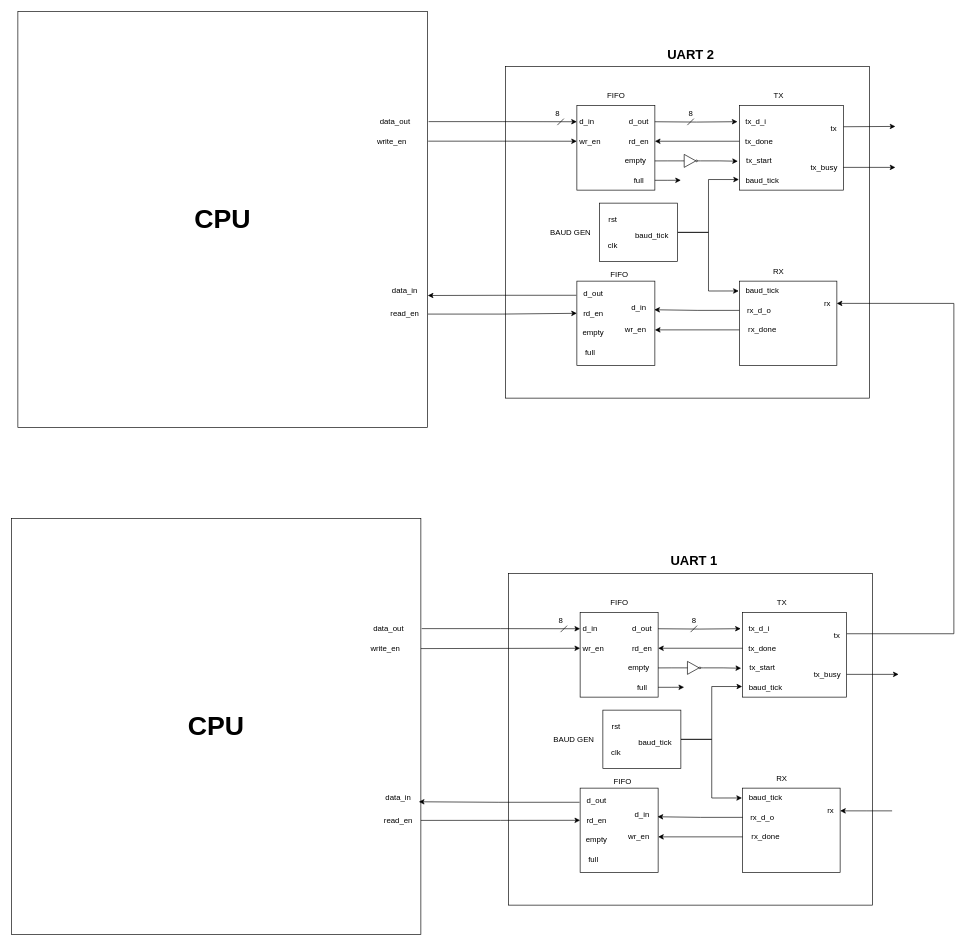
Earlier version of the draw.io diagram page "Hệ thống" (1 of 3) of UART_TX/spec.drawio (ChiThang12/TrainingCTW_UART). Source tidied: cells renumbered, new cells numbered last; positions are measured from the earlier drawing's top-left corner, leaving out a move shared by most shapes. Both pictures are drawn from the tidied source at 65%, with x=0, y=0 at pixel (11, 11).
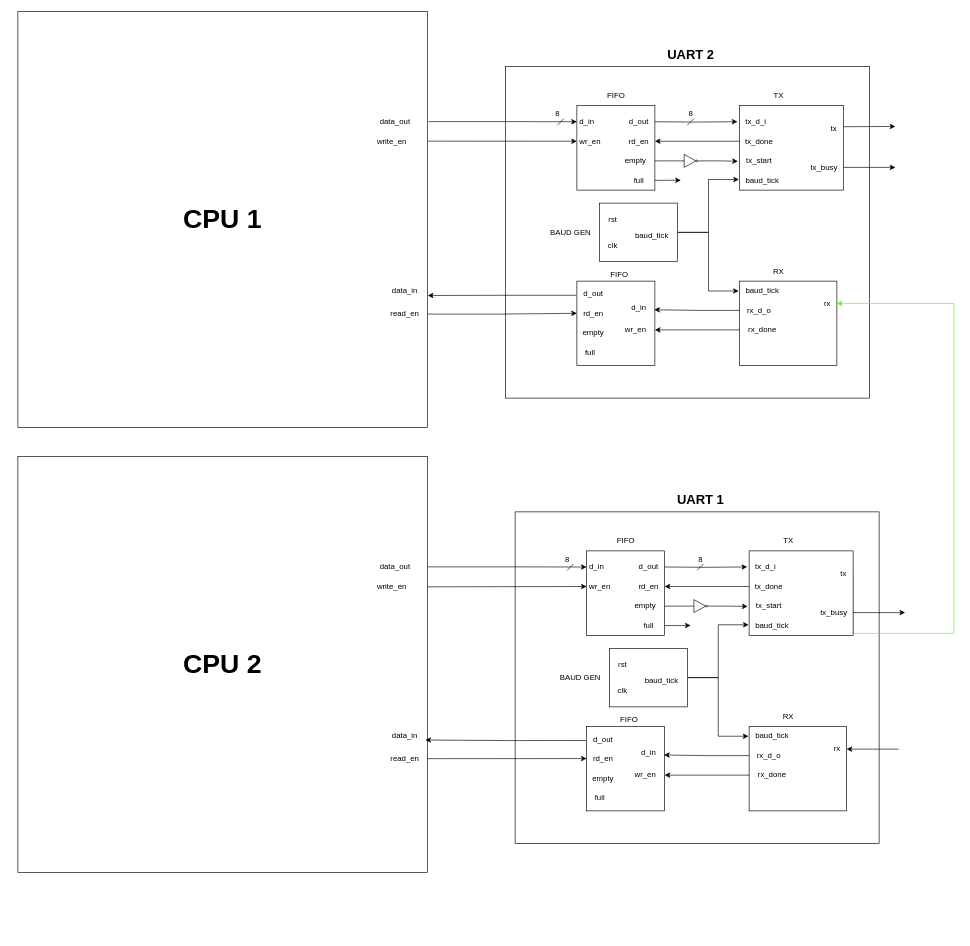
After the change.

Unchanged cells that the change refers to:
```xml
<mxCell id="18" value="rx" style="text;html=1;align=center;verticalAlign=middle;points=[];strokeColor=none;fillColor=none;" parent="1" vertex="1">
  <mxGeometry x="1240" y="435" width="30" height="30" as="geometry" />
</mxCell>
```

Diff of the diagram source:
```diff
@@
-    <mxCell id="2" value="&lt;font style=&quot;font-size: 41px;&quot;&gt;&lt;b&gt;CPU&lt;/b&gt;&lt;/font&gt;" style="rounded=0;whiteSpace=wrap;html=1;" parent="1" vertex="1">
-      <mxGeometry y="780" width="630" height="640" as="geometry" />
+    <mxCell id="2" value="&lt;font style=&quot;font-size: 41px;&quot;&gt;&lt;b&gt;CPU 2&lt;/b&gt;&lt;/font&gt;" style="rounded=0;whiteSpace=wrap;html=1;" parent="1" vertex="1">
+      <mxGeometry x="10" y="685" width="630" height="640" as="geometry" />
     </mxCell>
@@
     <mxCell id="60" style="rounded=0;whiteSpace=wrap;html=1;" parent="1" vertex="1">
-      <mxGeometry x="765" y="865" width="560" height="510" as="geometry" />
+      <mxGeometry x="775" y="770" width="560" height="510" as="geometry" />
     </mxCell>
@@
     <mxCell id="63" style="rounded=0;whiteSpace=wrap;html=1;" parent="1" vertex="1">
-      <mxGeometry x="910" y="1075" width="120" height="90" as="geometry" />
+      <mxGeometry x="920" y="980" width="120" height="90" as="geometry" />
     </mxCell>
-    <mxCell id="64" style="edgeStyle=orthogonalEdgeStyle;rounded=0;jettySize=auto;html=1;exitX=1;exitY=0.25;exitDx=0;exitDy=0;entryX=0.992;entryY=0.475;entryDx=0;entryDy=0;entryPerimeter=0;" parent="1" edge="1" source="65" target="18">
+    <mxCell id="64" style="edgeStyle=orthogonalEdgeStyle;rounded=0;jettySize=auto;html=1;exitX=1;exitY=0.25;exitDx=0;exitDy=0;entryX=0.992;entryY=0.475;entryDx=0;entryDy=0;entryPerimeter=0;fillColor=#d5e8d4;strokeColor=light-dark(#5eff00, #446e2c);" parent="1" edge="1" source="65" target="18">
       <mxGeometry relative="1" as="geometry">
         <Array as="points">
           <mxPoint x="1450" y="957" />
           <mxPoint x="1450" y="449" />
         </Array>
       </mxGeometry>
     </mxCell>
     <mxCell id="65" style="rounded=0;whiteSpace=wrap;html=1;" parent="1" vertex="1">
-      <mxGeometry x="1125" y="925" width="160" height="130" as="geometry" />
+      <mxGeometry x="1135" y="830" width="160" height="130" as="geometry" />
     </mxCell>
     <mxCell id="66" style="rounded=0;whiteSpace=wrap;html=1;" parent="1" vertex="1">
-      <mxGeometry x="1125" y="1195" width="150" height="130" as="geometry" />
+      <mxGeometry x="1135" y="1100" width="150" height="130" as="geometry" />
     </mxCell>
     <mxCell id="67" style="rounded=0;whiteSpace=wrap;html=1;" parent="1" vertex="1">
-      <mxGeometry x="875" y="925" width="120" height="130" as="geometry" />
+      <mxGeometry x="885" y="830" width="120" height="130" as="geometry" />
     </mxCell>
     <mxCell id="68" value="clk" style="text;html=1;align=center;verticalAlign=middle;strokeColor=none;fillColor=none;" parent="1" vertex="1">
-      <mxGeometry x="910" y="1125" width="40" height="30" as="geometry" />
+      <mxGeometry x="920" y="1030" width="40" height="30" as="geometry" />
     </mxCell>
     <mxCell id="69" value="rst" style="text;html=1;align=center;verticalAlign=middle;strokeColor=none;fillColor=none;" parent="1" vertex="1">
-      <mxGeometry x="910" y="1085" width="40" height="30" as="geometry" />
+      <mxGeometry x="920" y="990" width="40" height="30" as="geometry" />
     </mxCell>
     <mxCell id="70" value="baud_tick" style="text;html=1;align=center;verticalAlign=middle;strokeColor=none;fillColor=none;" parent="1" vertex="1">
-      <mxGeometry x="955" y="1110" width="70" height="30" as="geometry" />
+      <mxGeometry x="965" y="1015" width="70" height="30" as="geometry" />
     </mxCell>
     <mxCell id="71" value="baud_tick" style="text;html=1;align=center;verticalAlign=middle;points=[];strokeColor=none;fillColor=none;" parent="1" vertex="1">
-      <mxGeometry x="1125" y="1025" width="70" height="30" as="geometry" />
+      <mxGeometry x="1135" y="930" width="70" height="30" as="geometry" />
     </mxCell>
     <mxCell id="72" value="TX" style="text;html=1;align=center;verticalAlign=middle;strokeColor=none;fillColor=none;" parent="1" vertex="1">
-      <mxGeometry x="1165" y="895" width="40" height="30" as="geometry" />
+      <mxGeometry x="1175" y="800" width="40" height="30" as="geometry" />
     </mxCell>
     <mxCell id="73" value="baud_tick" style="text;html=1;align=center;verticalAlign=middle;points=[];strokeColor=none;fillColor=none;" parent="1" vertex="1">
-      <mxGeometry x="1125" y="1195" width="70" height="30" as="geometry" />
+      <mxGeometry x="1135" y="1100" width="70" height="30" as="geometry" />
     </mxCell>
     <mxCell id="74" value="RX" style="text;html=1;align=center;verticalAlign=middle;strokeColor=none;fillColor=none;" parent="1" vertex="1">
-      <mxGeometry x="1165" y="1165" width="40" height="30" as="geometry" />
+      <mxGeometry x="1175" y="1070" width="40" height="30" as="geometry" />
     </mxCell>
     <mxCell id="75" style="edgeStyle=orthogonalEdgeStyle;rounded=0;jettySize=auto;html=1;startArrow=classic;startFill=1;endArrow=none;endFill=0;" parent="1" edge="1" source="76">
       <mxGeometry relative="1" as="geometry">
-        <mxPoint x="1355" y="1230" as="targetPoint" />
+        <mxPoint x="1365" y="1135" as="targetPoint" />
       </mxGeometry>
     </mxCell>
     <mxCell id="76" value="rx" style="text;html=1;align=center;verticalAlign=middle;points=[];strokeColor=none;fillColor=none;" parent="1" vertex="1">
-      <mxGeometry x="1245" y="1215" width="30" height="30" as="geometry" />
+      <mxGeometry x="1255" y="1120" width="30" height="30" as="geometry" />
     </mxCell>
     <mxCell id="77" style="edgeStyle=orthogonalEdgeStyle;rounded=0;jettySize=auto;html=1;entryX=0;entryY=0.75;entryDx=0;entryDy=0;exitX=1.002;exitY=0.265;exitDx=0;exitDy=0;exitPerimeter=0;" parent="1" edge="1" source="2">
       <mxGeometry relative="1" as="geometry">
-        <mxPoint x="875" y="949.8" as="targetPoint" />
+        <mxPoint x="885" y="854.8" as="targetPoint" />
       </mxGeometry>
     </mxCell>
     <mxCell id="78" style="edgeStyle=orthogonalEdgeStyle;rounded=0;jettySize=auto;html=1;entryX=0;entryY=0.75;entryDx=0;entryDy=0;exitX=1;exitY=0.313;exitDx=0;exitDy=0;exitPerimeter=0;" parent="1" edge="1" source="2">
       <mxGeometry relative="1" as="geometry">
-        <mxPoint x="875" y="979.8" as="targetPoint" />
+        <mxPoint x="885" y="884.8" as="targetPoint" />
       </mxGeometry>
     </mxCell>
     <mxCell id="79" style="edgeStyle=orthogonalEdgeStyle;rounded=0;orthogonalLoop=1;jettySize=auto;html=1;entryX=-0.018;entryY=0.153;entryDx=0;entryDy=0;entryPerimeter=0;" parent="1" edge="1">
       <mxGeometry relative="1" as="geometry">
-        <mxPoint x="995" y="949.8" as="sourcePoint" />
-        <mxPoint x="1122.1" y="949.7" as="targetPoint" />
+        <mxPoint x="1005" y="854.8" as="sourcePoint" />
+        <mxPoint x="1132.1" y="854.7" as="targetPoint" />
       </mxGeometry>
     </mxCell>
     <mxCell id="80" value="d_in" style="text;html=1;align=center;verticalAlign=middle;strokeColor=none;fillColor=none;" parent="1" vertex="1">
-      <mxGeometry x="865" y="935" width="50" height="30" as="geometry" />
+      <mxGeometry x="875" y="840" width="50" height="30" as="geometry" />
     </mxCell>
     <mxCell id="81" value="wr_en" style="text;html=1;align=center;verticalAlign=middle;strokeColor=none;fillColor=none;" parent="1" vertex="1">
-      <mxGeometry x="865" y="965" width="60" height="30" as="geometry" />
+      <mxGeometry x="875" y="870" width="60" height="30" as="geometry" />
     </mxCell>
     <mxCell id="82" value="FIFO" style="text;html=1;align=center;verticalAlign=middle;strokeColor=none;fillColor=none;" parent="1" vertex="1">
-      <mxGeometry x="910" y="895" width="50" height="30" as="geometry" />
+      <mxGeometry x="920" y="800" width="50" height="30" as="geometry" />
     </mxCell>
     <mxCell id="83" value="d_out" style="text;html=1;align=center;verticalAlign=middle;strokeColor=none;fillColor=none;" parent="1" vertex="1">
-      <mxGeometry x="945" y="935" width="50" height="30" as="geometry" />
+      <mxGeometry x="955" y="840" width="50" height="30" as="geometry" />
     </mxCell>
     <mxCell id="84" value="full" style="text;html=1;align=center;verticalAlign=middle;strokeColor=none;fillColor=none;" parent="1" vertex="1">
-      <mxGeometry x="950" y="1025" width="40" height="30" as="geometry" />
+      <mxGeometry x="960" y="930" width="40" height="30" as="geometry" />
     </mxCell>
     <mxCell id="85" value="empty" style="text;html=1;align=center;verticalAlign=middle;points=[];strokeColor=none;fillColor=none;" parent="1" vertex="1">
-      <mxGeometry x="935" y="995" width="60" height="30" as="geometry" />
+      <mxGeometry x="945" y="900" width="60" height="30" as="geometry" />
     </mxCell>
     <mxCell id="86" style="edgeStyle=orthogonalEdgeStyle;rounded=0;orthogonalLoop=1;jettySize=auto;html=1;" parent="1" edge="1">
       <mxGeometry relative="1" as="geometry">
-        <mxPoint x="995" y="1039.9" as="sourcePoint" />
-        <mxPoint x="1035" y="1039.8" as="targetPoint" />
+        <mxPoint x="1005" y="944.9" as="sourcePoint" />
+        <mxPoint x="1045" y="944.8" as="targetPoint" />
         <Array as="points">
-          <mxPoint x="1015" y="1039.8" />
-          <mxPoint x="1015" y="1039.8" />
+          <mxPoint x="1025" y="944.8" />
+          <mxPoint x="1025" y="944.8" />
         </Array>
       </mxGeometry>
     </mxCell>
     <mxCell id="87" style="edgeStyle=orthogonalEdgeStyle;rounded=0;orthogonalLoop=1;jettySize=auto;html=1;" parent="1" edge="1">
       <mxGeometry relative="1" as="geometry">
-        <mxPoint x="1125" y="979.8" as="sourcePoint" />
-        <mxPoint x="995" y="979.8" as="targetPoint" />
+        <mxPoint x="1135" y="884.8" as="sourcePoint" />
+        <mxPoint x="1005" y="884.8" as="targetPoint" />
       </mxGeometry>
     </mxCell>
     <mxCell id="88" value="tx_done" style="text;html=1;align=center;verticalAlign=middle;strokeColor=none;fillColor=none;" parent="1" vertex="1">
-      <mxGeometry x="1120" y="965" width="70" height="30" as="geometry" />
+      <mxGeometry x="1130" y="870" width="70" height="30" as="geometry" />
     </mxCell>
     <mxCell id="89" value="tx_d_i" style="text;html=1;align=center;verticalAlign=middle;strokeColor=none;fillColor=none;" parent="1" vertex="1">
-      <mxGeometry x="1120" y="935" width="60" height="30" as="geometry" />
+      <mxGeometry x="1130" y="840" width="60" height="30" as="geometry" />
     </mxCell>
     <mxCell id="90" style="endArrow=none;html=1;rounded=0;" parent="1" edge="1">
       <mxGeometry relative="1" as="geometry">
-        <mxPoint x="845" y="955" as="sourcePoint" />
-        <mxPoint x="855" y="945" as="targetPoint" />
+        <mxPoint x="855" y="860" as="sourcePoint" />
+        <mxPoint x="865" y="850" as="targetPoint" />
       </mxGeometry>
     </mxCell>
     <mxCell id="91" value="8" style="text;html=1;align=center;verticalAlign=middle;strokeColor=none;fillColor=none;" parent="1" vertex="1">
-      <mxGeometry x="830" y="923" width="30" height="30" as="geometry" />
+      <mxGeometry x="840" y="828" width="30" height="30" as="geometry" />
     </mxCell>
     <mxCell id="92" value="8" style="text;html=1;align=center;verticalAlign=middle;strokeColor=none;fillColor=none;" parent="1" vertex="1">
-      <mxGeometry x="1035" y="923" width="30" height="30" as="geometry" />
+      <mxGeometry x="1045" y="828" width="30" height="30" as="geometry" />
     </mxCell>
     <mxCell id="93" style="endArrow=none;html=1;rounded=0;" parent="1" edge="1">
       <mxGeometry relative="1" as="geometry">
-        <mxPoint x="1045" y="955" as="sourcePoint" />
-        <mxPoint x="1055" y="945" as="targetPoint" />
+        <mxPoint x="1055" y="860" as="sourcePoint" />
+        <mxPoint x="1065" y="850" as="targetPoint" />
       </mxGeometry>
     </mxCell>
     <mxCell id="94" value="rd_en" style="text;html=1;align=center;verticalAlign=middle;strokeColor=none;fillColor=none;" parent="1" vertex="1">
-      <mxGeometry x="945" y="965" width="50" height="30" as="geometry" />
+      <mxGeometry x="955" y="870" width="50" height="30" as="geometry" />
     </mxCell>
     <mxCell id="95" value="tx_start" style="text;html=1;align=center;verticalAlign=middle;points=[];strokeColor=none;fillColor=none;" parent="1" vertex="1">
-      <mxGeometry x="1125" y="995" width="60" height="30" as="geometry" />
+      <mxGeometry x="1135" y="900" width="60" height="30" as="geometry" />
     </mxCell>
     <mxCell id="96" value="tx" style="text;html=1;align=center;verticalAlign=middle;strokeColor=none;fillColor=none;" parent="1" vertex="1">
-      <mxGeometry x="1255" y="945" width="30" height="30" as="geometry" />
+      <mxGeometry x="1265" y="850" width="30" height="30" as="geometry" />
     </mxCell>
     <mxCell id="97" value="tx_busy" style="text;html=1;align=center;verticalAlign=middle;strokeColor=none;fillColor=none;" parent="1" vertex="1">
-      <mxGeometry x="1225" y="1005" width="60" height="30" as="geometry" />
+      <mxGeometry x="1235" y="910" width="60" height="30" as="geometry" />
     </mxCell>
     <mxCell id="98" style="edgeStyle=orthogonalEdgeStyle;rounded=0;orthogonalLoop=1;jettySize=auto;html=1;exitX=1;exitY=0.25;exitDx=0;exitDy=0;" parent="1" edge="1">
       <mxGeometry relative="1" as="geometry">
-        <mxPoint x="1285" y="1020" as="sourcePoint" />
-        <mxPoint x="1365" y="1020" as="targetPoint" />
+        <mxPoint x="1295" y="925" as="sourcePoint" />
+        <mxPoint x="1375" y="925" as="targetPoint" />
       </mxGeometry>
     </mxCell>
     <mxCell id="99" style="verticalLabelPosition=bottom;shadow=0;dashed=0;align=center;html=1;verticalAlign=top;shape=mxgraph.electrical.logic_gates.inverter_2;" parent="1" vertex="1">
-      <mxGeometry x="1035" y="1000" width="30" height="20" as="geometry" />
+      <mxGeometry x="1045" y="905" width="30" height="20" as="geometry" />
     </mxCell>
@@
     <mxCell id="102" value="data_out" style="text;html=1;align=center;verticalAlign=middle;strokeColor=none;fillColor=none;" parent="1" vertex="1">
-      <mxGeometry x="545" y="935" width="70" height="30" as="geometry" />
+      <mxGeometry x="555" y="840" width="70" height="30" as="geometry" />
     </mxCell>
     <mxCell id="103" style="rounded=0;whiteSpace=wrap;html=1;" parent="1" vertex="1">
-      <mxGeometry x="875" y="1195" width="120" height="130" as="geometry" />
+      <mxGeometry x="885" y="1100" width="120" height="130" as="geometry" />
     </mxCell>
     <mxCell id="104" value="d_in" style="text;html=1;align=center;verticalAlign=middle;points=[];strokeColor=none;fillColor=none;" parent="1" vertex="1">
-      <mxGeometry x="945" y="1221" width="50" height="30" as="geometry" />
+      <mxGeometry x="955" y="1126" width="50" height="30" as="geometry" />
     </mxCell>
     <mxCell id="105" value="wr_en" style="text;html=1;align=center;verticalAlign=middle;points=[];strokeColor=none;fillColor=none;" parent="1" vertex="1">
-      <mxGeometry x="935" y="1255" width="60" height="30" as="geometry" />
+      <mxGeometry x="945" y="1160" width="60" height="30" as="geometry" />
     </mxCell>
     <mxCell id="106" value="d_out" style="text;html=1;align=center;verticalAlign=middle;points=[];strokeColor=none;fillColor=none;" parent="1" vertex="1">
-      <mxGeometry x="875" y="1200" width="50" height="30" as="geometry" />
+      <mxGeometry x="885" y="1105" width="50" height="30" as="geometry" />
     </mxCell>
     <mxCell id="107" value="full" style="text;html=1;align=center;verticalAlign=middle;strokeColor=none;fillColor=none;" parent="1" vertex="1">
-      <mxGeometry x="875" y="1290" width="40" height="30" as="geometry" />
+      <mxGeometry x="885" y="1195" width="40" height="30" as="geometry" />
     </mxCell>
     <mxCell id="108" value="empty" style="text;html=1;align=center;verticalAlign=middle;strokeColor=none;fillColor=none;" parent="1" vertex="1">
-      <mxGeometry x="870" y="1260" width="60" height="30" as="geometry" />
+      <mxGeometry x="880" y="1165" width="60" height="30" as="geometry" />
     </mxCell>
     <mxCell id="109" value="rd_en" style="text;html=1;align=center;verticalAlign=middle;strokeColor=none;fillColor=none;" parent="1" vertex="1">
-      <mxGeometry x="875" y="1230" width="50" height="30" as="geometry" />
+      <mxGeometry x="885" y="1135" width="50" height="30" as="geometry" />
     </mxCell>
@@
     <mxCell id="111" value="rx_d_o" style="text;html=1;align=center;verticalAlign=middle;points=[];strokeColor=none;fillColor=none;" parent="1" vertex="1">
-      <mxGeometry x="1125" y="1225" width="60" height="30" as="geometry" />
+      <mxGeometry x="1135" y="1130" width="60" height="30" as="geometry" />
     </mxCell>
     <mxCell id="112" value="rx_done" style="text;html=1;align=center;verticalAlign=middle;points=[];strokeColor=none;fillColor=none;" parent="1" vertex="1">
-      <mxGeometry x="1125" y="1255" width="70" height="30" as="geometry" />
+      <mxGeometry x="1135" y="1160" width="70" height="30" as="geometry" />
     </mxCell>
@@
     <mxCell id="115" value="FIFO" style="text;html=1;align=center;verticalAlign=middle;strokeColor=none;fillColor=none;" parent="1" vertex="1">
-      <mxGeometry x="915" y="1170" width="50" height="30" as="geometry" />
+      <mxGeometry x="925" y="1075" width="50" height="30" as="geometry" />
     </mxCell>
     <mxCell id="116" value="BAUD GEN" style="text;html=1;align=center;verticalAlign=middle;strokeColor=none;fillColor=none;" parent="1" vertex="1">
-      <mxGeometry x="820" y="1105" width="90" height="30" as="geometry" />
+      <mxGeometry x="830" y="1010" width="90" height="30" as="geometry" />
     </mxCell>
     <mxCell id="117" style="edgeStyle=orthogonalEdgeStyle;rounded=0;jettySize=auto;html=1;entryX=0;entryY=0.75;entryDx=0;entryDy=0;exitX=1;exitY=0.726;exitDx=0;exitDy=0;exitPerimeter=0;" parent="1" edge="1" source="2">
       <mxGeometry relative="1" as="geometry">
-        <mxPoint x="875" y="1244.5" as="targetPoint" />
+        <mxPoint x="885" y="1149.5" as="targetPoint" />
       </mxGeometry>
     </mxCell>
     <mxCell id="118" value="data_in" style="text;html=1;align=center;verticalAlign=middle;points=[];strokeColor=none;fillColor=none;" parent="1" vertex="1">
-      <mxGeometry x="565" y="1195" width="60" height="30" as="geometry" />
+      <mxGeometry x="575" y="1100" width="60" height="30" as="geometry" />
     </mxCell>
     <mxCell id="119" value="&lt;b&gt;&lt;font style=&quot;font-size: 20px;&quot;&gt;UART 1&lt;/font&gt;&lt;/b&gt;" style="text;html=1;align=center;verticalAlign=middle;strokeColor=none;fillColor=none;" parent="1" vertex="1">
-      <mxGeometry x="1000" y="825" width="100" height="40" as="geometry" />
+      <mxGeometry x="1010" y="730" width="100" height="40" as="geometry" />
     </mxCell>
     <mxCell id="120" value="read_en" style="text;html=1;align=center;verticalAlign=middle;strokeColor=none;fillColor=none;" parent="1" vertex="1">
-      <mxGeometry x="560" y="1230" width="70" height="30" as="geometry" />
+      <mxGeometry x="570" y="1135" width="70" height="30" as="geometry" />
     </mxCell>
     <mxCell id="121" value="write_en" style="text;html=1;align=center;verticalAlign=middle;strokeColor=none;fillColor=none;" parent="1" vertex="1">
-      <mxGeometry x="540" y="965" width="70" height="30" as="geometry" />
+      <mxGeometry x="550" y="870" width="70" height="30" as="geometry" />
     </mxCell>
-    <mxCell id="122" value="&lt;font style=&quot;font-size: 41px;&quot;&gt;&lt;b&gt;CPU&lt;/b&gt;&lt;/font&gt;" style="rounded=0;whiteSpace=wrap;html=1;" parent="1" vertex="1">
+    <mxCell id="122" value="&lt;font style=&quot;font-size: 41px;&quot;&gt;&lt;b&gt;CPU 1&lt;/b&gt;&lt;/font&gt;" style="rounded=0;whiteSpace=wrap;html=1;" parent="1" vertex="1">
       <mxGeometry x="10" width="630" height="640" as="geometry" />
     </mxCell>
```
